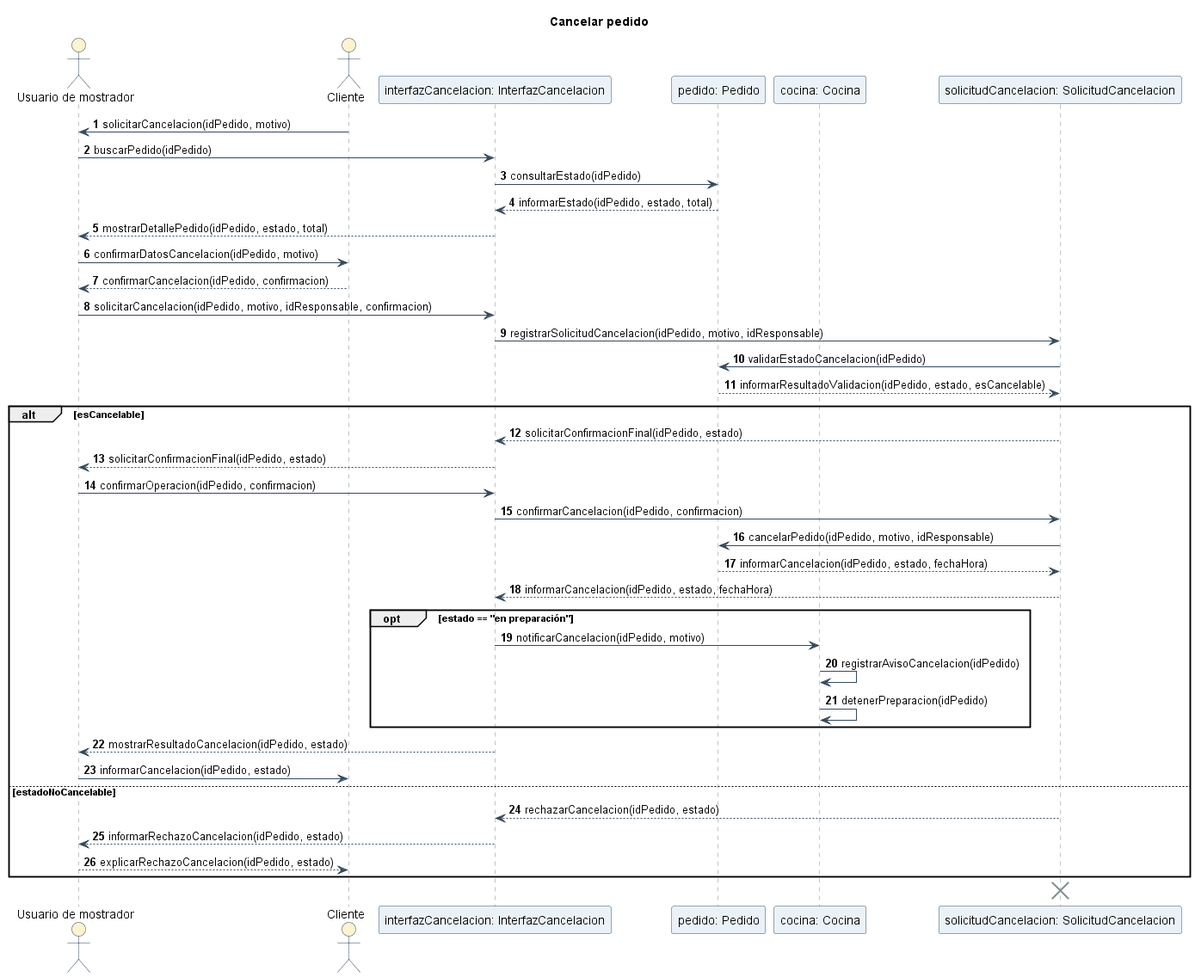
lucasmengarelli3/SistemaPedidos keeps this PlantUML diagram as diagramas/05-diagramas-secuencia/05-secuencia-cancelar-pedido-flujo-excepcion-03.png. Above is the earlier version.
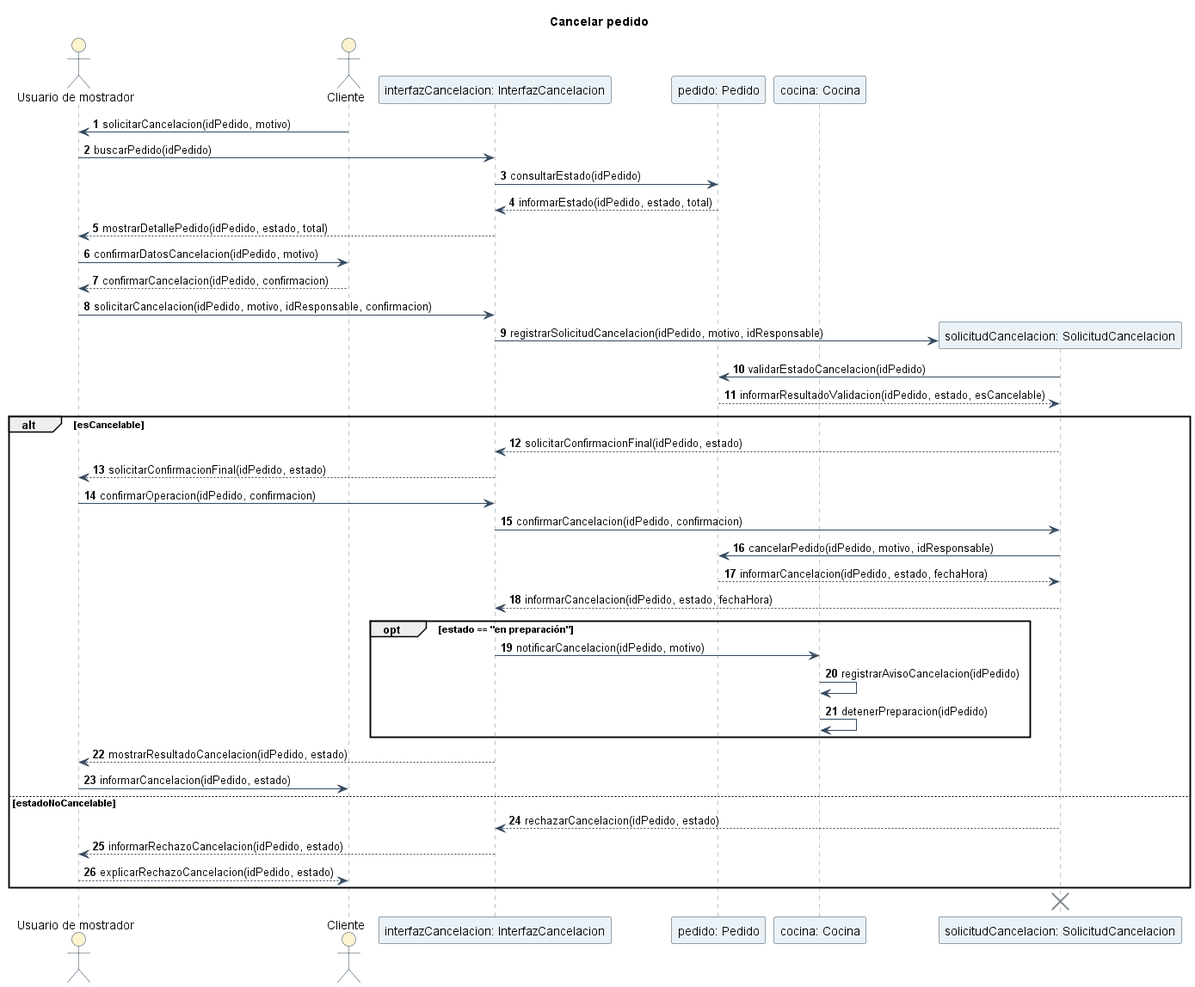
Later version of the same file.

The edit, as a diff of the source:
```diff
@@ -32,6 +32,8 @@
 usuario -> cliente : confirmarDatosCancelacion(idPedido, motivo)
 cliente --> usuario : confirmarCancelacion(idPedido, confirmacion)
 usuario -> interfaz : solicitarCancelacion(idPedido, motivo, idResponsable, confirmacion)
+
+create solicitud
 interfaz -> solicitud : registrarSolicitudCancelacion(idPedido, motivo, idResponsable)
 solicitud -> pedido : validarEstadoCancelacion(idPedido)
 pedido --> solicitud : informarResultadoValidacion(idPedido, estado, esCancelable)
```
